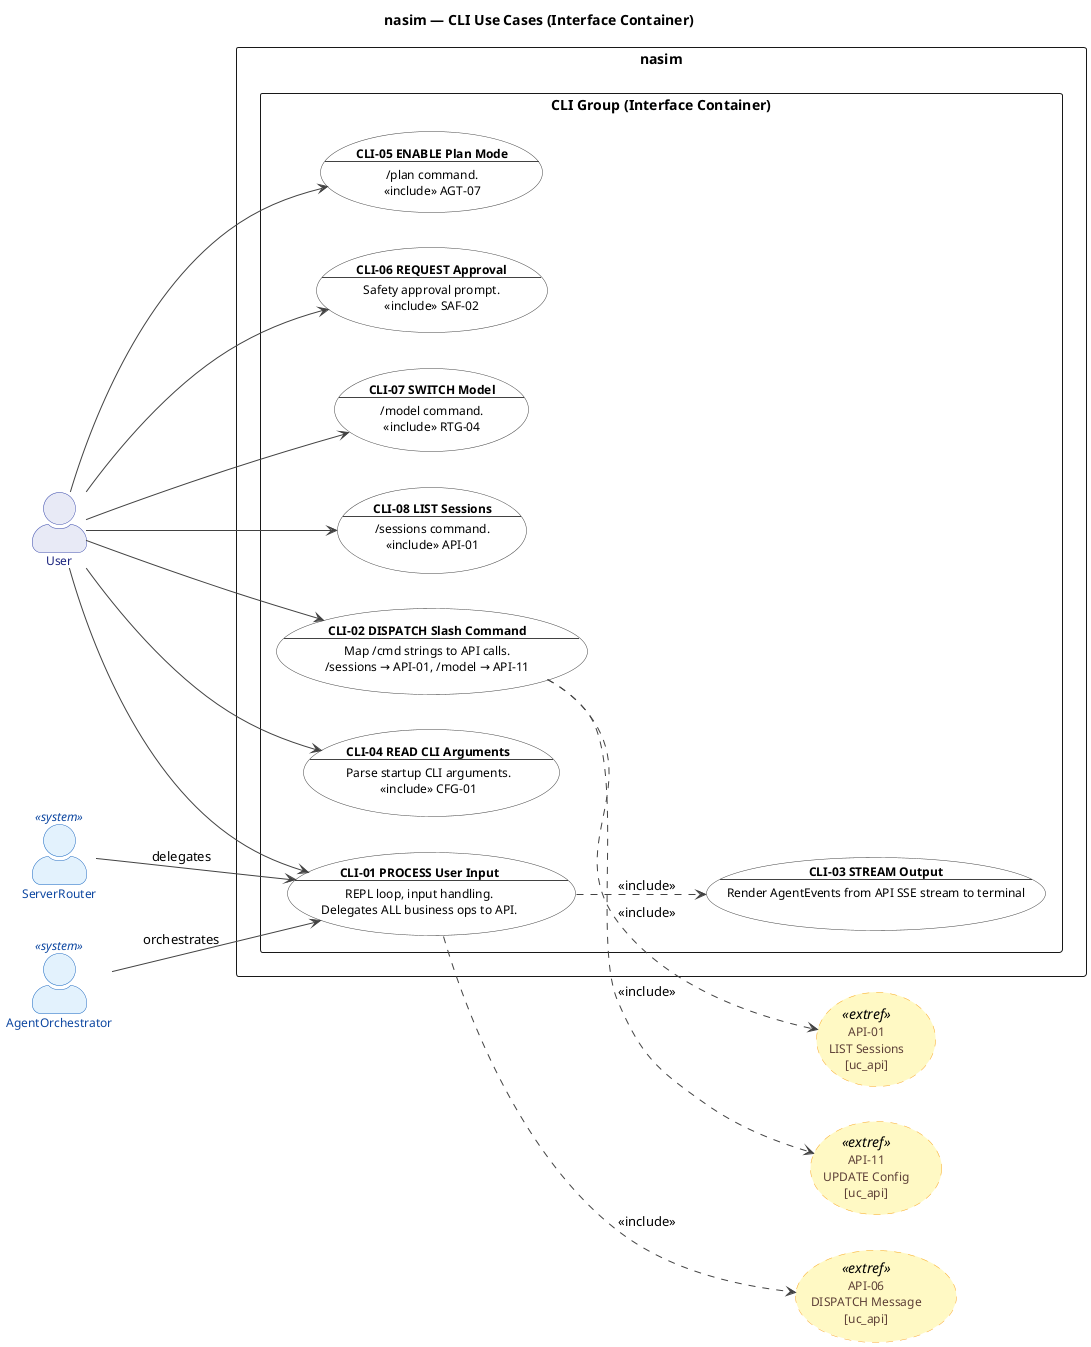
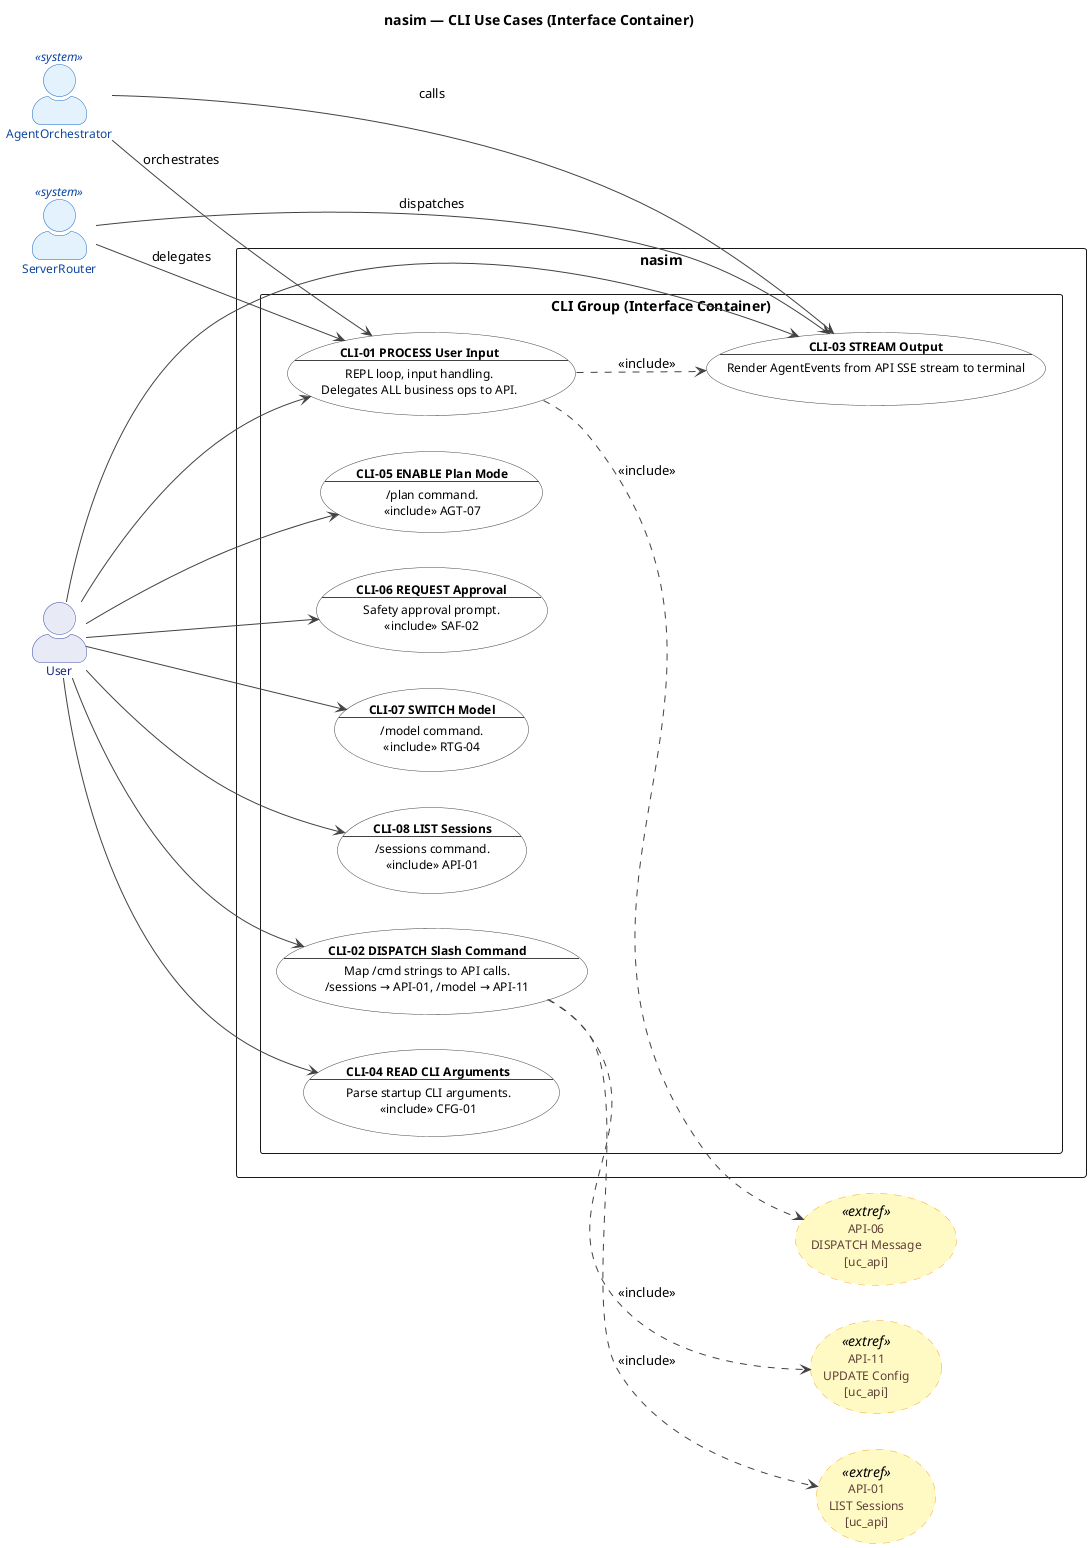
@startuml uc_cli


' ============================================================
' Title:     nasim — UC: CLI Group (Interface Container)
' Group:     CLI (CLI Interface)
' Boundary:  nasim code agent
' Purpose:   CLI-specific interface UCs: REPL, slash commands, rendering.
'            ALL business operations delegate to API (ServerRouter).
'            Entry chain: User → ServerRouter → AgentOrchestrator
' Milestone: v1.0
' Version:   9.1.0
' Source:    docs/ENTITIES.md, docs/UC/README.md
' Review:    CAR refinement loop 2026-06-27
' SQ:        sq_cli01..sq_cli08
' ============================================================


left to right direction


title nasim — CLI Use Cases (Interface Container)


skinparam actorStyle awesome
skinparam packageStyle rectangle


skinparam usecase {
  BackgroundColor #FFFFFF
  BorderColor #424242
  FontColor #000000
  ArrowColor #424242
  FontSize 12
}


skinparam actor {
  BackgroundColor #E8EAF6
  BorderColor #3949AB
  FontColor #1A237E
  FontSize 12
}


skinparam actor<<system>> {
  BackgroundColor #E3F2FD
  BorderColor #1565C0
  FontColor #0D47A1
}


skinparam usecase<<extref>> {
  BackgroundColor #FFF9C4
  BorderColor #F9A825
  FontColor #5D4037
  BorderStyle dashed
}


' ------------------------------------------------------------
' Actors
' ------------------------------------------------------------


actor "User" as User
actor "ServerRouter" as Router <<system>>
actor "AgentOrchestrator" as Agent <<system>>




' ------------------------------------------------------------
' Cross-Group External References
' ------------------------------------------------------------


usecase "API-01\nLIST Sessions\n[uc_api]" as API01_ext <<extref>>
usecase "API-06\nDISPATCH Message\n[uc_api]" as API06_ext <<extref>>
usecase "API-11\nUPDATE Config\n[uc_api]" as API11_ext <<extref>>


' ------------------------------------------------------------
' System Boundary
' ------------------------------------------------------------


rectangle "nasim" {
  package "CLI Group (Interface Container)" {
    usecase "**CLI-01 PROCESS User Input**\n--\nREPL loop, input handling.\nDelegates ALL business ops to API." as CLI01
    usecase "**CLI-02 DISPATCH Slash Command**\n--\nMap /cmd strings to API calls.\n/sessions → API-01, /model → API-11" as CLI02
    usecase "**CLI-03 STREAM Output**\n--\nRender AgentEvents from API SSE stream to terminal" as CLI03
    usecase "**CLI-04 READ CLI Arguments**\n--\nParse startup CLI arguments.\n<<include>> CFG-01" as CLI04
    usecase "**CLI-05 ENABLE Plan Mode**\n--\n/plan command.\n<<include>> AGT-07" as CLI05
    usecase "**CLI-06 REQUEST Approval**\n--\nSafety approval prompt.\n<<include>> SAF-02" as CLI06
    usecase "**CLI-07 SWITCH Model**\n--\n/model command.\n<<include>> RTG-04" as CLI07
    usecase "**CLI-08 LIST Sessions**\n--\n/sessions command.\n<<include>> API-01" as CLI08
  }
}


' ------------------------------------------------------------
' Actor -> Use Case Associations
' ------------------------------------------------------------


User --> CLI01
User --> CLI02
+ User --> CLI03
User --> CLI04
User --> CLI05
User --> CLI06
User --> CLI07
User --> CLI08


Router --> CLI01 : delegates
+ Router --> CLI03 : dispatches


Agent --> CLI01 : orchestrates
+ Agent --> CLI03 : calls


' ------------------------------------------------------------
' Relationships (downward <<include>> only)
' ------------------------------------------------------------


CLI01 ..> CLI03 : <<include>>
CLI01 ..> API06_ext : <<include>>
CLI02 ..> API01_ext : <<include>>
CLI02 ..> API11_ext : <<include>>




@enduml
